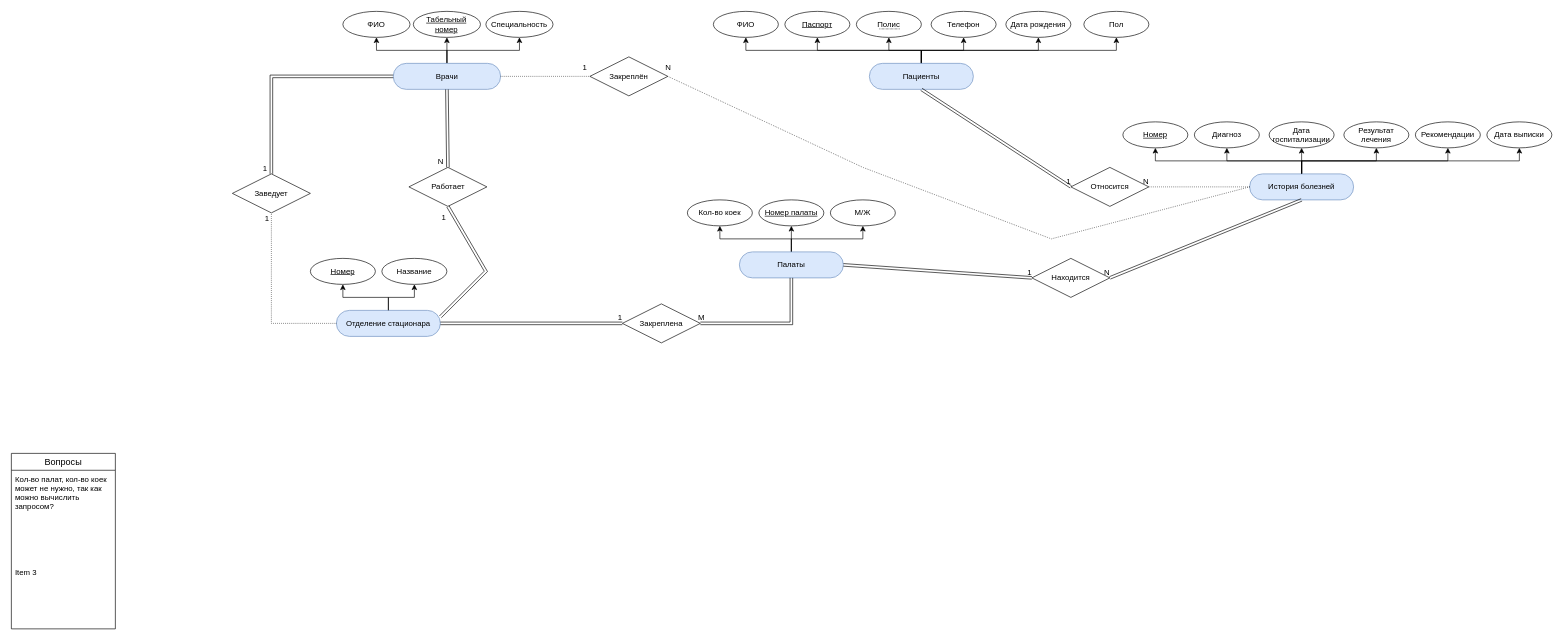
den-a-s/drawio-diagrams keeps this draw.io diagram as EntityRelation.drawio. Above is the earlier version. Source tidied: cells renumbered, new cells numbered last; positions are measured from the earlier drawing's top-left corner, leaving out a move shared by most shapes. Both pictures are drawn from the tidied source at 65%, with x=0, y=0 at pixel (11, 11).
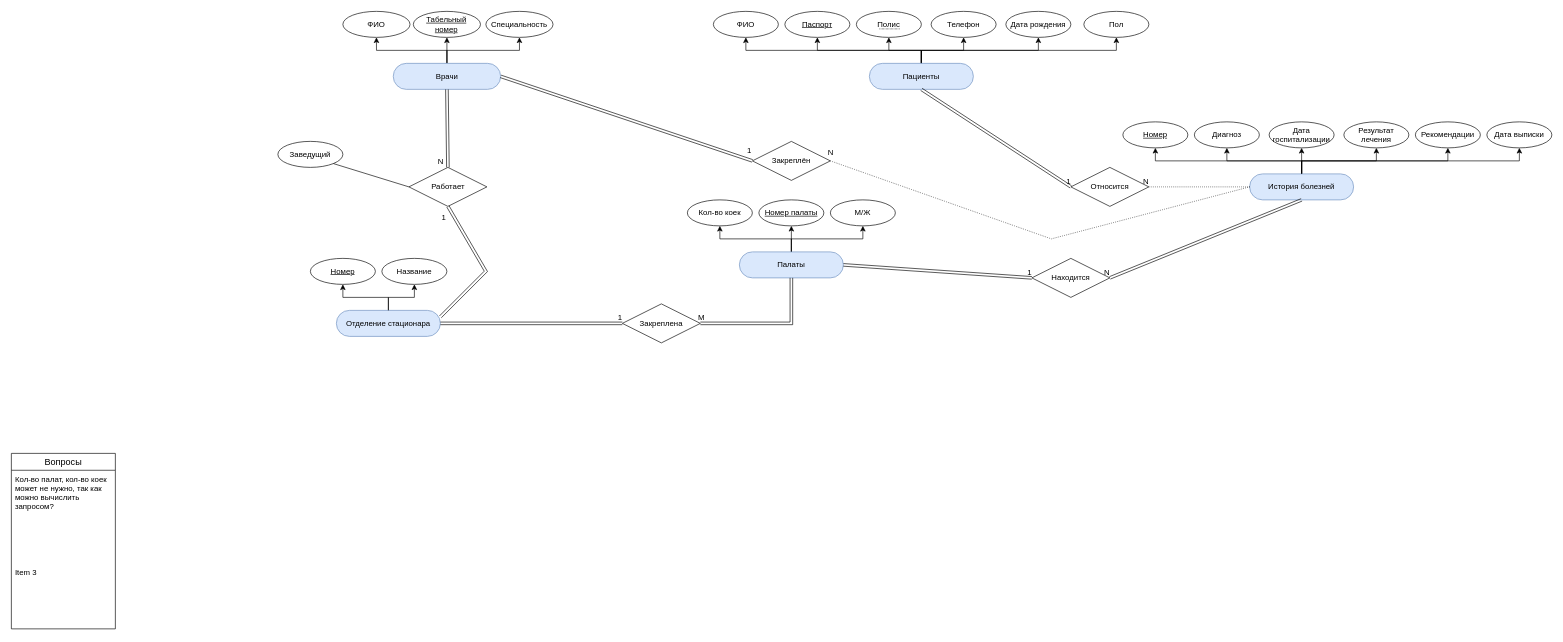
The same diagram, later.

Commit message:
Правки связи.

Unchanged cells that the change refers to:
```xml
<mxCell id="25" value="&lt;div&gt;История болезней&lt;/div&gt;" style="whiteSpace=wrap;html=1;align=center;fillColor=#dae8fc;strokeColor=#6c8ebf;rounded=1;arcSize=50;" parent="16" vertex="1">
  <mxGeometry x="305" y="80" width="160" height="40" as="geometry" />
</mxCell>
<mxCell id="41" value="Отделение стационара" style="whiteSpace=wrap;html=1;align=center;fillColor=#dae8fc;strokeColor=#6c8ebf;rounded=1;arcSize=50;" parent="39" vertex="1">
  <mxGeometry x="40" y="80" width="160" height="40" as="geometry" />
</mxCell>
<mxCell id="55" value="Врачи" style="whiteSpace=wrap;html=1;align=center;fillColor=#dae8fc;strokeColor=#6c8ebf;rounded=1;arcSize=50;" parent="48" vertex="1">
  <mxGeometry x="77.5" y="80" width="165.2" height="40" as="geometry" />
</mxCell>
<mxCell id="78" value="Работает" style="shape=rhombus;perimeter=rhombusPerimeter;whiteSpace=wrap;html=1;align=center;" parent="1" vertex="1">
  <mxGeometry x="611.6" y="240" width="120" height="60" as="geometry" />
</mxCell>
```

Diff of the diagram source:
```diff
@@
-    <mxCell id="59" value="&lt;div&gt;Заведует&lt;/div&gt;" style="shape=rhombus;perimeter=rhombusPerimeter;whiteSpace=wrap;html=1;align=center;" parent="1" vertex="1">
-      <mxGeometry x="340" y="250" width="120" height="60" as="geometry" />
-    </mxCell>
@@
     <mxCell id="64" value="&lt;div&gt;Закреплён&lt;/div&gt;" style="shape=rhombus;perimeter=rhombusPerimeter;whiteSpace=wrap;html=1;align=center;" parent="1" vertex="1">
-      <mxGeometry x="890" y="70" width="120" height="60" as="geometry" />
+      <mxGeometry x="1140" y="200" width="120" height="60" as="geometry" />
     </mxCell>
-    <mxCell id="65" style="endArrow=none;html=1;rounded=0;dashed=1;dashPattern=1 2;entryX=0.5;entryY=1;entryDx=0;entryDy=0;exitX=0;exitY=0.5;exitDx=0;exitDy=0;" parent="1" edge="1" source="41" target="59">
-      <mxGeometry relative="1" as="geometry">
-        <Array as="points">
-          <mxPoint x="400" y="480" />
-        </Array>
-      </mxGeometry>
-    </mxCell>
-    <mxCell id="66" value="1" style="html=1;align=right;verticalAlign=bottom;" parent="65" vertex="1">
-      <mxGeometry x="1" relative="1" as="geometry">
-        <mxPoint x="-3" y="17" as="offset" />
-      </mxGeometry>
-    </mxCell>
-    <mxCell id="67" style="shape=link;html=1;rounded=0;entryX=0.5;entryY=0;entryDx=0;entryDy=0;exitX=0;exitY=0.5;exitDx=0;exitDy=0;" parent="1" edge="1" source="55" target="59">
-      <mxGeometry relative="1" as="geometry">
-        <Array as="points">
-          <mxPoint x="400" y="100" />
-        </Array>
-      </mxGeometry>
-    </mxCell>
-    <mxCell id="68" value="1" style="html=1;align=right;verticalAlign=bottom;" parent="67" vertex="1">
-      <mxGeometry x="1" relative="1" as="geometry">
-        <mxPoint x="-6" y="-1" as="offset" />
-      </mxGeometry>
-    </mxCell>
     <mxCell id="69" style="endArrow=none;html=1;rounded=0;dashed=1;dashPattern=1 2;entryX=1;entryY=0.5;entryDx=0;entryDy=0;exitX=0;exitY=0.5;exitDx=0;exitDy=0;" parent="1" edge="1" source="25" target="64">
       <mxGeometry relative="1" as="geometry">
         <Array as="points">
           <mxPoint x="1600" y="350" />
-          <mxPoint x="1310" y="240" />
         </Array>
       </mxGeometry>
     </mxCell>
@@
-    <mxCell id="71" style="endArrow=none;html=1;rounded=0;dashed=1;dashPattern=1 2;exitX=1;exitY=0.5;exitDx=0;exitDy=0;entryX=0;entryY=0.5;entryDx=0;entryDy=0;" parent="1" edge="1" source="55" target="64">
-      <mxGeometry relative="1" as="geometry" />
-    </mxCell>
-    <mxCell id="72" value="1" style="html=1;align=right;verticalAlign=bottom;" parent="71" vertex="1">
-      <mxGeometry x="1" relative="1" as="geometry">
-        <mxPoint x="-4" y="-5" as="offset" />
-      </mxGeometry>
-    </mxCell>
@@
+    <mxCell id="71" style="shape=link;html=1;rounded=0;exitX=1;exitY=0.5;exitDx=0;exitDy=0;entryX=0;entryY=0.5;entryDx=0;entryDy=0;" parent="1" edge="1" source="55" target="64">
+      <mxGeometry relative="1" as="geometry" />
+    </mxCell>
+    <mxCell id="85" value="1" style="html=1;align=right;verticalAlign=bottom;" parent="71" vertex="1">
+      <mxGeometry x="1" relative="1" as="geometry">
+        <mxPoint x="-1" y="-7" as="offset" />
+      </mxGeometry>
+    </mxCell>
+    <mxCell id="86" value="Заведущий" style="ellipse;whiteSpace=wrap;html=1;align=center;" parent="1" vertex="1">
+      <mxGeometry x="410" y="200" width="100" height="40" as="geometry" />
+    </mxCell>
+    <mxCell id="87" style="endArrow=none;html=1;rounded=0;entryX=0;entryY=0.5;entryDx=0;entryDy=0;exitX=1;exitY=1;exitDx=0;exitDy=0;" parent="1" edge="1" source="86" target="78">
+      <mxGeometry relative="1" as="geometry" />
+    </mxCell>
```
